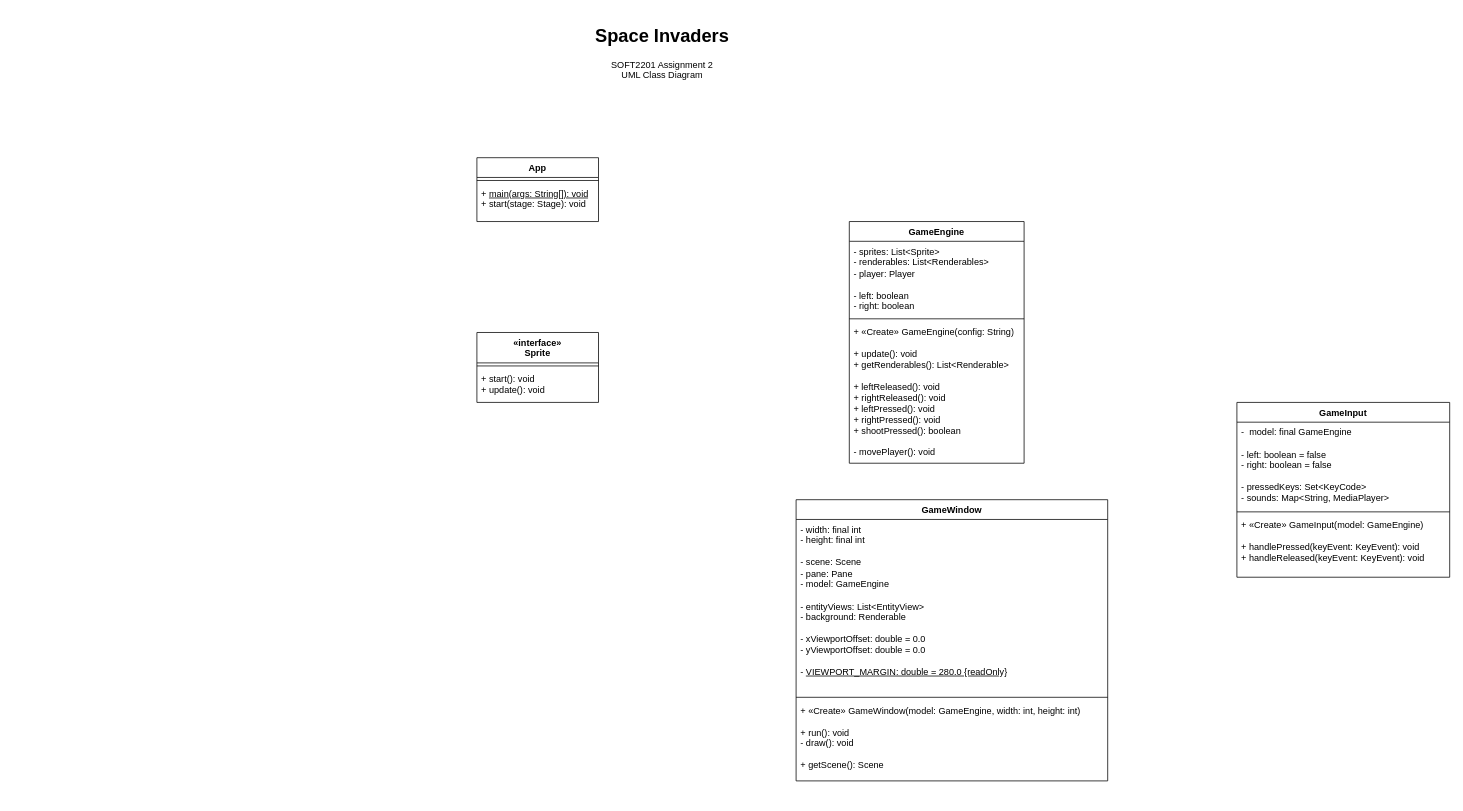
Above: design/UML Class Diagram.drawio in ufwjerryvu/PROJECT_SpaceInvaders (draw.io), before the change. Source tidied: cells renumbered, new cells numbered last; positions are measured from the earlier drawing's top-left corner, leaving out a move shared by most shapes. Both pictures are drawn from the tidied source at 76%, with x=0, y=0 at pixel (476, 21).
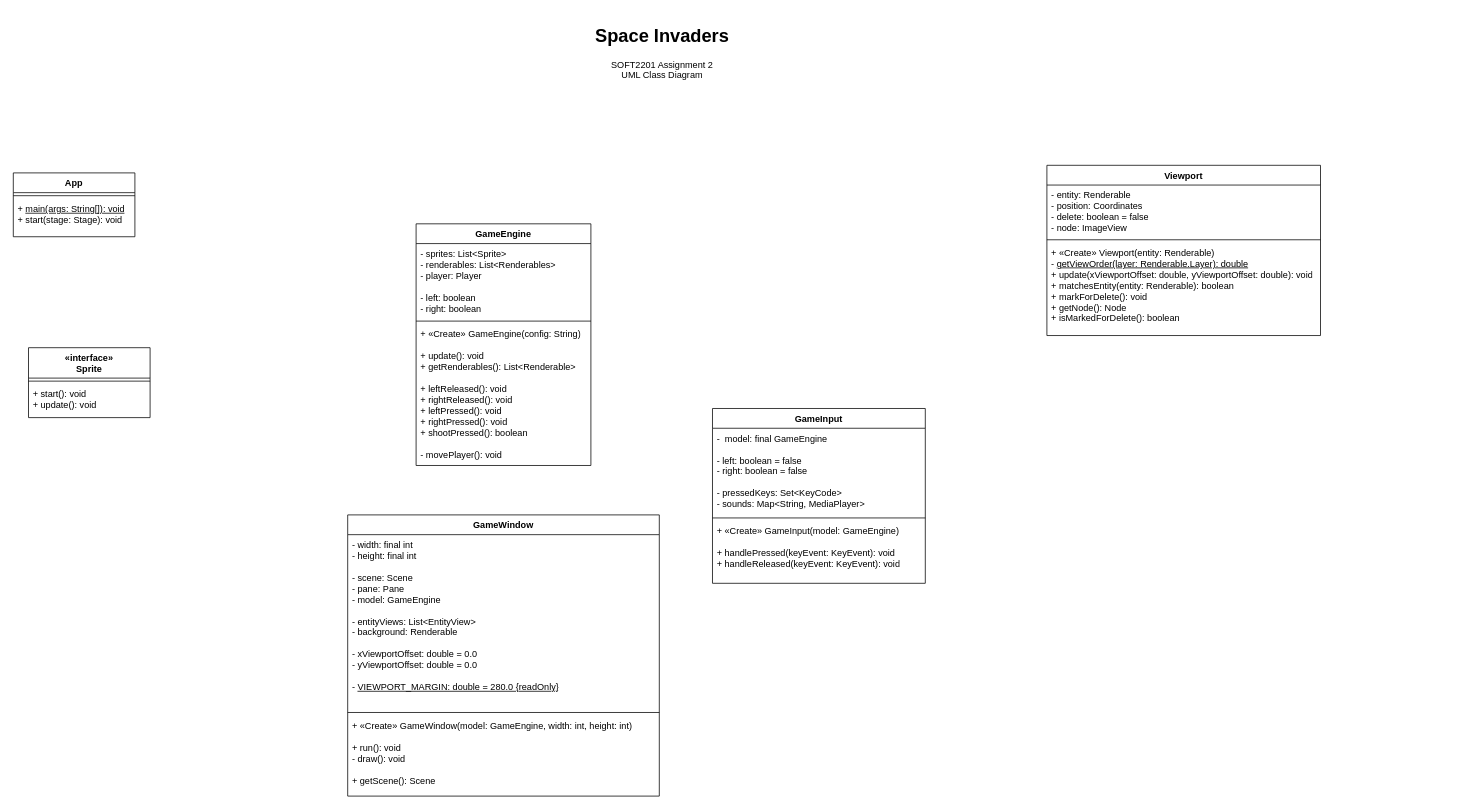
The same page after the edit.

Diff of the diagram source:
```diff
@@
     <mxCell id="3" value="App" style="swimlane;fontStyle=1;align=center;verticalAlign=top;horizontal=1;startSize=26;whiteSpace=wrap;html=1;" parent="1" vertex="1">
-      <mxGeometry x="1" y="180" width="160" height="84" as="geometry" />
+      <mxGeometry x="-609" y="200" width="160" height="84" as="geometry" />
     </mxCell>
@@
     <mxCell id="6" value="«interface»&lt;br&gt;Sprite" style="swimlane;fontStyle=1;align=center;verticalAlign=top;horizontal=1;startSize=40;whiteSpace=wrap;html=1;" parent="1" vertex="1">
-      <mxGeometry x="1" y="410" width="160" height="92" as="geometry" />
+      <mxGeometry x="-589" y="430" width="160" height="92" as="geometry" />
     </mxCell>
@@
     <mxCell id="9" value="GameEngine" style="swimlane;fontStyle=1;align=center;verticalAlign=top;horizontal=1;startSize=26;whiteSpace=wrap;html=1;" parent="1" vertex="1">
-      <mxGeometry x="491" y="264" width="230" height="318" as="geometry" />
+      <mxGeometry x="-79" y="267" width="230" height="318" as="geometry" />
     </mxCell>
@@
     <mxCell id="13" value="GameWindow" style="swimlane;fontStyle=1;align=center;verticalAlign=top;horizontal=1;startSize=26;whiteSpace=wrap;html=1;" parent="1" vertex="1">
-      <mxGeometry x="421" y="630" width="410" height="370" as="geometry" />
+      <mxGeometry x="-169" y="650" width="410" height="370" as="geometry" />
     </mxCell>
@@
     <mxCell id="17" value="GameInput" style="swimlane;fontStyle=1;align=center;verticalAlign=top;horizontal=1;startSize=26;whiteSpace=wrap;html=1;" parent="1" vertex="1">
-      <mxGeometry x="1001" y="502" width="280" height="230" as="geometry" />
+      <mxGeometry x="311" y="510" width="280" height="230" as="geometry" />
     </mxCell>
@@
+    <mxCell id="21" value="Viewport" style="swimlane;fontStyle=1;align=center;verticalAlign=top;horizontal=1;startSize=26;whiteSpace=wrap;html=1;" parent="1" vertex="1">
+      <mxGeometry x="751" y="190" width="360" height="224" as="geometry" />
+    </mxCell>
+    <mxCell id="22" value="- entity: Renderable&lt;br&gt;- position: Coordinates&lt;br&gt;- delete: boolean = false&lt;br&gt;- node: ImageView" style="text;strokeColor=none;fillColor=none;align=left;verticalAlign=top;spacingLeft=4;spacingRight=4;overflow=hidden;whiteSpace=wrap;html=1;" parent="21" vertex="1">
+      <mxGeometry y="26" width="360" height="68" as="geometry" />
+    </mxCell>
+    <mxCell id="23" style="line;strokeWidth=1;fillColor=none;align=left;verticalAlign=middle;spacingTop=-1;spacingLeft=3;spacingRight=3;labelPosition=right;strokeColor=inherit;" parent="21" vertex="1">
+      <mxGeometry y="94" width="360" height="8" as="geometry" />
+    </mxCell>
+    <mxCell id="24" value="+ «Create» Viewport(entity: Renderable)&lt;br&gt;- &lt;u&gt;getViewOrder(layer: Renderable.Layer): double&lt;br&gt;&lt;/u&gt;+ update(xViewportOffset: double, yViewportOffset: double): void&lt;br&gt;+ matchesEntity(entity: Renderable): boolean&lt;br&gt;+ markForDelete(): void&lt;br&gt;+ getNode(): Node&lt;br&gt;+ isMarkedForDelete(): boolean" style="text;strokeColor=none;fillColor=none;align=left;verticalAlign=top;spacingLeft=4;spacingRight=4;overflow=hidden;whiteSpace=wrap;html=1;" parent="21" vertex="1">
+      <mxGeometry y="102" width="360" height="122" as="geometry" />
+    </mxCell>
```
